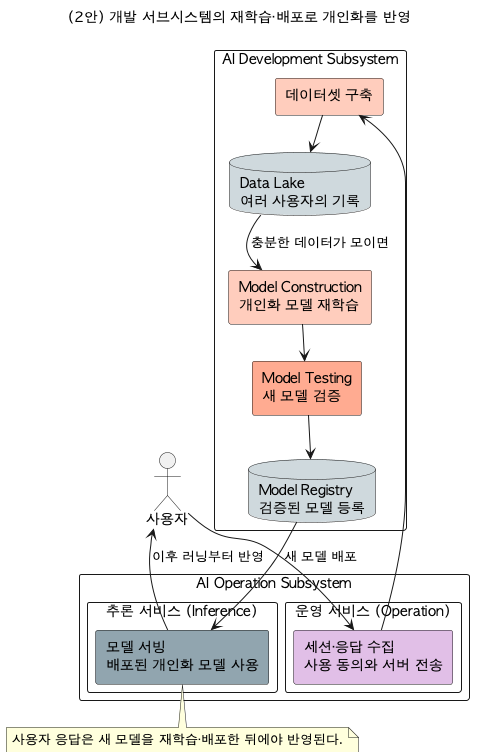
tenyearslove/zone2runner keeps this PlantUML diagram as arch/dp/dp-03-adaptability/images/dp-03-adaptability-counter-simple.png. Above is the earlier version.
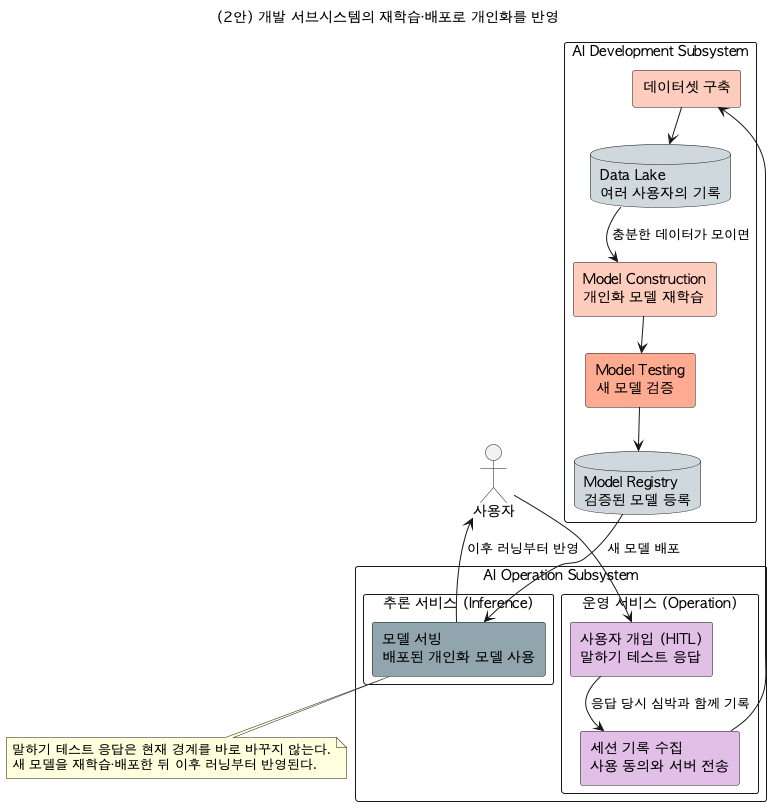
Above is the later version.

What changed in the source:
```diff
@@ -1,4 +1,5 @@
 @startuml
+!pragma layout smetana
 !pragma layout smetana
 title (2안) 개발 서브시스템의 재학습·배포로 개인화를 반영
 
@@ -15,7 +16,9 @@
 
 package "AI Operation Subsystem" {
   package "운영 서비스 (Operation)" {
-    component "세션·응답 수집\n사용 동의와 서버 전송" as COLLECT #E1BEE7
+    component "사용자 개입 (HITL)\n말하기 테스트 응답" as TALK #E1BEE7
+    component "세션 기록 수집\n사용 동의와 서버 전송" as COLLECT #E1BEE7
+    TALK --> COLLECT : 응답 당시 심박과 함께 기록
   }
   package "추론 서비스 (Inference)" {
     component "모델 서빙\n배포된 개인화 모델 사용" as SERVE #90A4AE
@@ -30,7 +33,7 @@
   database "Model Registry\n검증된 모델 등록" as REGISTRY #CFD8DC
 }
 
-USER --> COLLECT
+USER --> TALK
 COLLECT --> DATASET
 DATASET --> LAKE
 LAKE --> TRAIN : 충분한 데이터가 모이면
@@ -40,6 +43,7 @@
 SERVE --> USER : 이후 러닝부터 반영
 
 note bottom of SERVE
-  사용자 응답은 새 모델을 재학습·배포한 뒤에야 반영된다.
+  말하기 테스트 응답은 현재 경계를 바로 바꾸지 않는다.
+  새 모델을 재학습·배포한 뒤 이후 러닝부터 반영된다.
 end note
 @enduml
```
